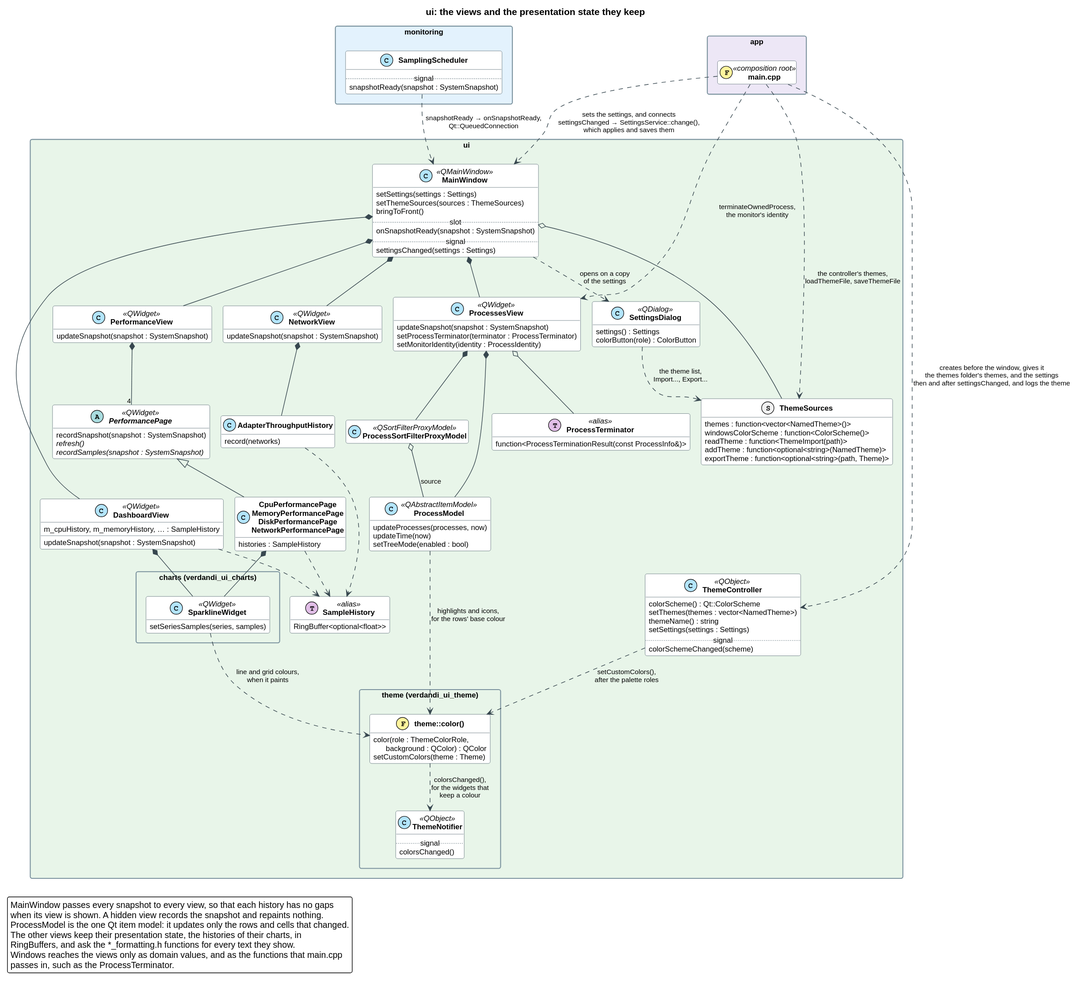
The PlantUML diagram docs/diagrams/ui_views.svg in DunderGG/verdandi, before a commit.
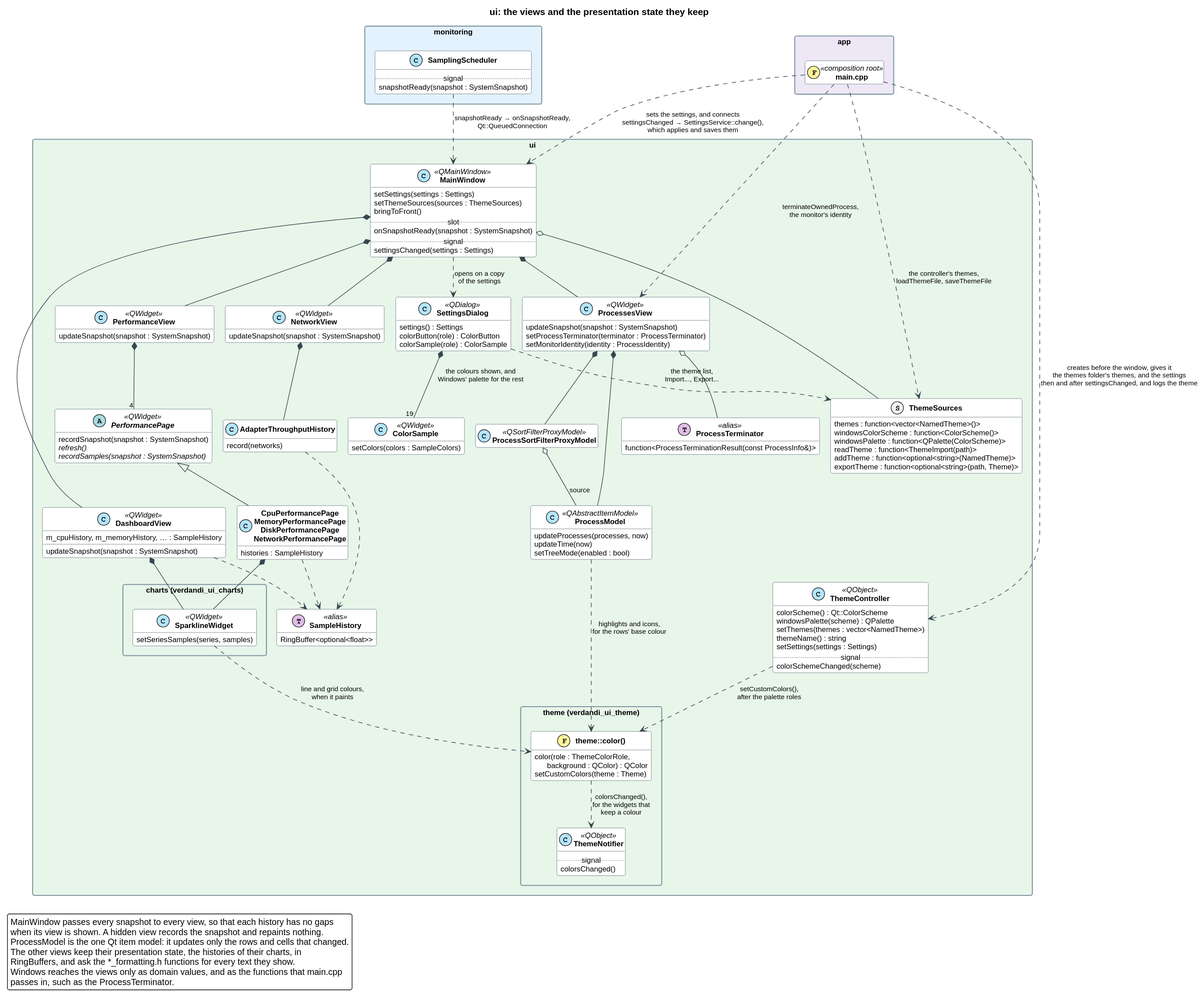
The same diagram one commit later.

What changed in the source:
```diff
@@ -17,10 +17,16 @@
     class SettingsDialog <<QDialog>> {
         settings() : Settings
         colorButton(role) : ColorButton
+        colorSample(role) : ColorSample
+    }
+
+    class ColorSample <<QWidget>> {
+        setColors(colors : SampleColors)
     }
 
     class ThemeController <<QObject>> {
         colorScheme() : Qt::ColorScheme
+        windowsPalette(scheme) : QPalette
         setThemes(themes : vector<NamedTheme>)
         themeName() : string
         setSettings(settings : Settings)
@@ -80,6 +86,7 @@
     struct ThemeSources {
         {field} themes : function<vector<NamedTheme>()>
         {field} windowsColorScheme : function<ColorScheme()>
+        {field} windowsPalette : function<QPalette(ColorScheme)>
         {field} readTheme : function<ThemeImport(path)>
         {field} addTheme : function<optional<string>(NamedTheme)>
         {field} exportTheme : function<optional<string>(path, Theme)>
@@ -134,6 +141,7 @@
 ProcessesView o-- ProcessTerminator
 MainWindow o-- ThemeSources
 SettingsDialog ..> ThemeSources : the theme list,\nImport..., Export...
+SettingsDialog *-- "19" ColorSample : the colours shown, and\nWindows' palette for the rest
 NetworkView *-- AdapterThroughputHistory
 AdapterThroughputHistory ..> SampleHistory
 DashboardView ..> SampleHistory
```
